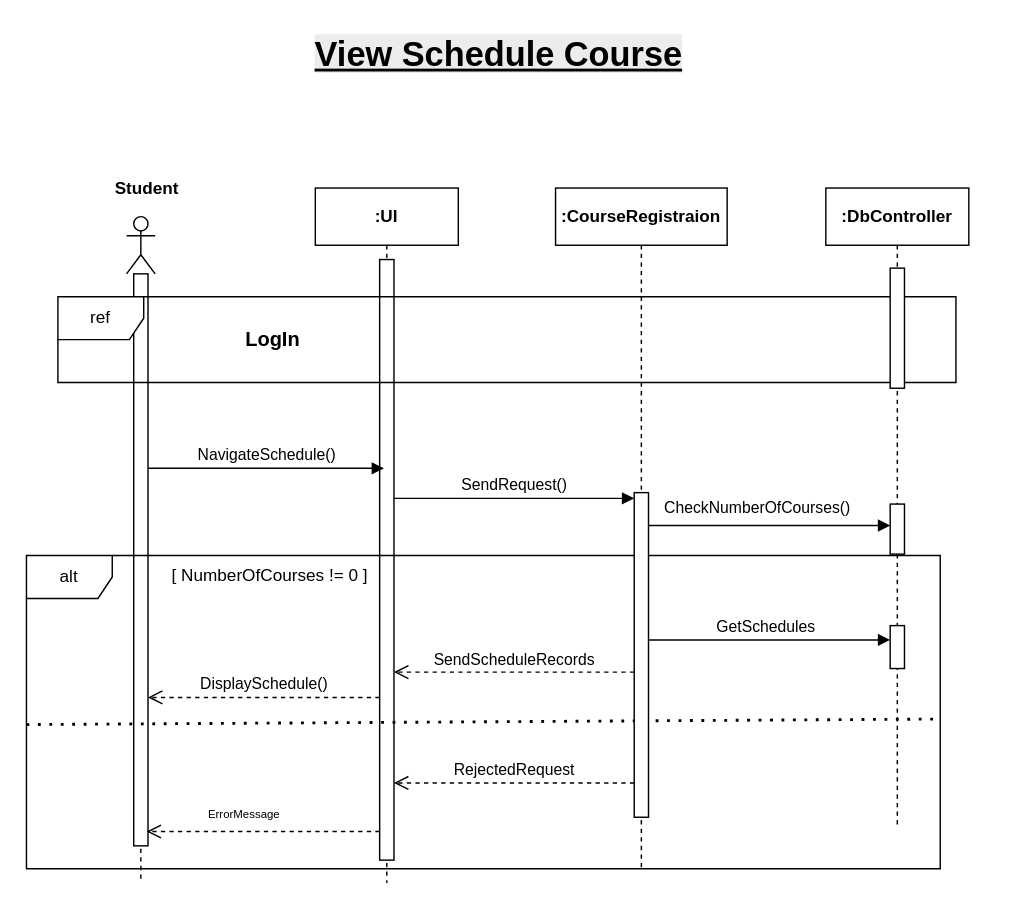
This is page "View schedule course" (2 of 6) of Diagrams/SequenceDiagram.drawio from Youssefmohamed430/Learning-Management-System, a draw.io file, before an edit. Source tidied: cells renumbered, new cells numbered last; positions are measured from the earlier drawing's top-left corner, leaving out a move shared by most shapes. Both pictures are drawn from the tidied source at 143%, with x=0, y=0 at pixel (26, 24).
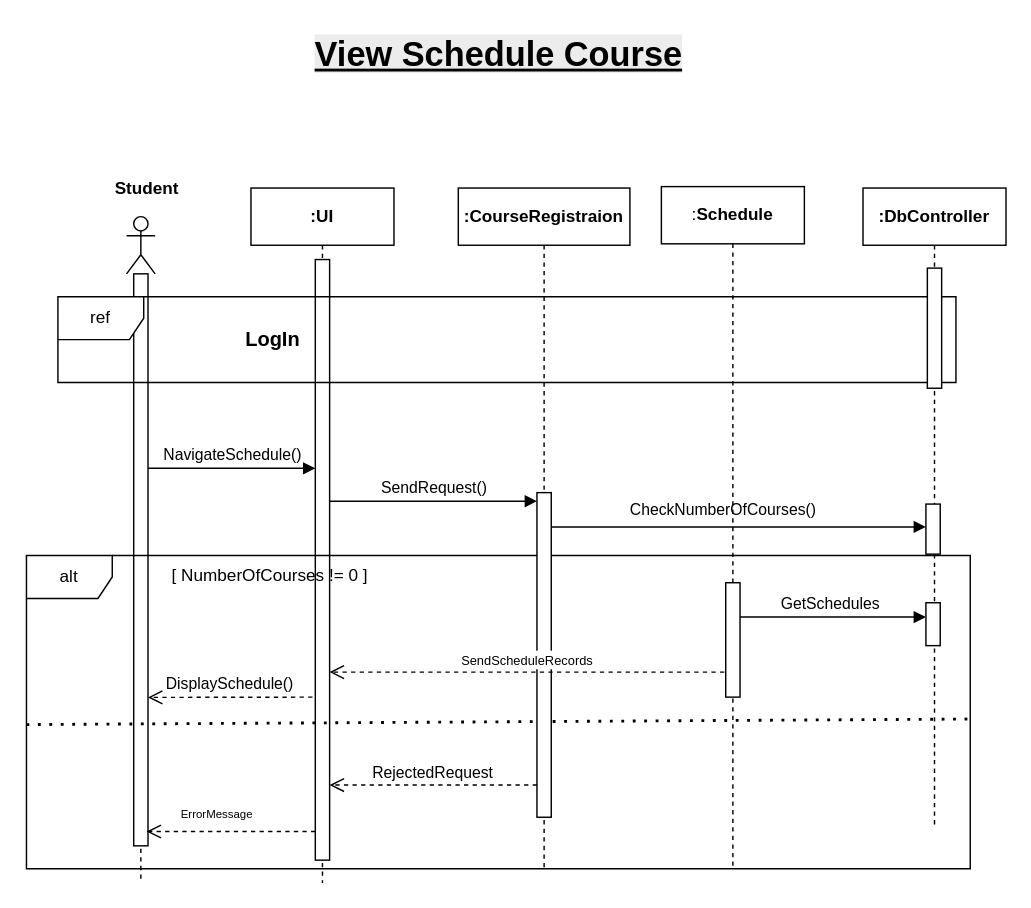
The same diagram, later.

The change refers to these unchanged cells:
```xml
<mxCell id="3" style="html=1;points=[[0,0,0,0,5],[0,1,0,0,-5],[1,0,0,0,5],[1,1,0,0,-5]];perimeter=orthogonalPerimeter;outlineConnect=0;targetShapes=umlLifeline;portConstraint=eastwest;newEdgeStyle={&quot;curved&quot;:0,&quot;rounded&quot;:0};" parent="2" vertex="1">
  <mxGeometry x="45" y="50" width="10" height="420" as="geometry" />
</mxCell>
<mxCell id="22" style="html=1;points=[[0,0,0,0,5],[0,1,0,0,-5],[1,0,0,0,5],[1,1,0,0,-5]];perimeter=orthogonalPerimeter;outlineConnect=0;targetShapes=umlLifeline;portConstraint=eastwest;newEdgeStyle={&quot;curved&quot;:0,&quot;rounded&quot;:0};" parent="21" vertex="1">
  <mxGeometry x="55" y="213" width="10" height="227" as="geometry" />
</mxCell>
```

Diff of the diagram source:
```diff
@@
     <mxCell id="2" value="&lt;font style=&quot;font-size: 12px;&quot;&gt;&lt;b&gt;:UI&lt;/b&gt;&lt;/font&gt;" style="shape=umlLifeline;perimeter=lifelinePerimeter;whiteSpace=wrap;html=1;newEdgeStyle={&quot;curved&quot;:0,&quot;rounded&quot;:0};" parent="1" vertex="1">
-      <mxGeometry x="202" y="114" width="100" height="486" as="geometry" />
+      <mxGeometry x="157" y="114" width="100" height="486" as="geometry" />
     </mxCell>
@@
     <mxCell id="8" value="&lt;b&gt;:&lt;/b&gt;&lt;b&gt;DbController&lt;/b&gt;" style="shape=umlLifeline;perimeter=lifelinePerimeter;whiteSpace=wrap;html=1;newEdgeStyle={&quot;curved&quot;:0,&quot;rounded&quot;:0};" parent="1" vertex="1">
-      <mxGeometry x="559" y="114" width="100" height="446" as="geometry" />
+      <mxGeometry x="585" y="114" width="100" height="446" as="geometry" />
     </mxCell>
@@
-    <mxCell id="10" value="NavigateSchedule()" style="html=1;verticalAlign=bottom;endArrow=block;curved=0;rounded=0;" parent="1" edge="1">
+    <mxCell id="10" value="NavigateSchedule()" style="html=1;verticalAlign=bottom;endArrow=block;curved=0;rounded=0;" parent="1" edge="1" target="3">
       <mxGeometry relative="1" as="geometry">
         <mxPoint x="85" y="310" as="sourcePoint" />
-        <mxPoint x="250" y="310" as="targetPoint" />
       </mxGeometry>
     </mxCell>
-    <mxCell id="11" value="CheckNumberOfCourses()" style="html=1;verticalAlign=bottom;endArrow=block;curved=0;rounded=0;" parent="1" edge="1" target="13">
+    <mxCell id="11" value="CheckNumberOfCourses()" style="html=1;verticalAlign=bottom;endArrow=block;curved=0;rounded=0;" parent="1" edge="1">
       <mxGeometry x="-0.06" y="3" relative="1" as="geometry">
-        <mxPoint x="428.9" y="350" as="sourcePoint" />
+        <mxPoint x="362" y="351" as="sourcePoint" />
+        <mxPoint x="629" y="351" as="targetPoint" />
       </mxGeometry>
     </mxCell>
     <mxCell id="12" value="alt" style="shape=umlFrame;whiteSpace=wrap;html=1;" parent="1" vertex="1">
-      <mxGeometry y="371" width="639" height="219" as="geometry" />
+      <mxGeometry y="371" width="660" height="219" as="geometry" />
     </mxCell>
     <mxCell id="13" style="html=1;points=[[0,0,0,0,5],[0,1,0,0,-5],[1,0,0,0,5],[1,1,0,0,-5]];perimeter=orthogonalPerimeter;outlineConnect=0;targetShapes=umlLifeline;portConstraint=eastwest;newEdgeStyle={&quot;curved&quot;:0,&quot;rounded&quot;:0};" parent="1" vertex="1">
-      <mxGeometry x="604" y="335" width="10" height="35" as="geometry" />
+      <mxGeometry x="629" y="335" width="10" height="35" as="geometry" />
     </mxCell>
@@
     <mxCell id="15" value="GetSchedules" style="html=1;verticalAlign=bottom;endArrow=block;curved=0;rounded=0;" parent="1" edge="1">
       <mxGeometry relative="1" as="geometry">
-        <mxPoint x="430.4" y="430" as="sourcePoint" />
-        <mxPoint x="604" y="430" as="targetPoint" />
+        <mxPoint x="494" y="414" as="sourcePoint" />
+        <mxPoint x="629" y="414" as="targetPoint" />
       </mxGeometry>
     </mxCell>
@@
-    <mxCell id="17" value="DisplaySchedule()" style="html=1;verticalAlign=bottom;endArrow=open;dashed=1;endSize=8;curved=0;rounded=0;exitX=0;exitY=0.848;exitDx=0;exitDy=0;exitPerimeter=0;" parent="1" edge="1">
+    <mxCell id="17" value="DisplaySchedule()" style="html=1;verticalAlign=bottom;endArrow=open;dashed=1;endSize=8;curved=0;rounded=0;" parent="1" edge="1">
       <mxGeometry relative="1" as="geometry">
-        <mxPoint x="247" y="470.2" as="sourcePoint" />
+        <mxPoint x="200" y="470" as="sourcePoint" />
         <mxPoint x="85" y="470.2" as="targetPoint" />
       </mxGeometry>
     </mxCell>
@@
     <mxCell id="21" value="&lt;b&gt;:CourseRegistraion&lt;/b&gt;" style="shape=umlLifeline;perimeter=lifelinePerimeter;whiteSpace=wrap;html=1;newEdgeStyle={&quot;curved&quot;:0,&quot;rounded&quot;:0};" parent="1" vertex="1">
-      <mxGeometry x="370" y="114" width="120" height="476" as="geometry" />
+      <mxGeometry x="302" y="114" width="120" height="476" as="geometry" />
     </mxCell>
@@
     <mxCell id="23" value="SendRequest()" style="html=1;verticalAlign=bottom;endArrow=block;curved=0;rounded=0;" parent="1" edge="1">
       <mxGeometry relative="1" as="geometry">
-        <mxPoint x="257" y="331" as="sourcePoint" />
-        <mxPoint x="425" y="331" as="targetPoint" />
+        <mxPoint x="212" y="333" as="sourcePoint" />
+        <mxPoint x="357" y="333" as="targetPoint" />
       </mxGeometry>
     </mxCell>
     <mxCell id="24" style="html=1;perimeter=orthogonalPerimeter;targetShapes=umlLifeline;newEdgeStyle={&quot;curved&quot;:0,&quot;rounded&quot;:0};" parent="1" vertex="1">
-      <mxGeometry x="604" y="420" width="10" height="30" as="geometry" />
+      <mxGeometry x="629" y="404" width="10" height="30" as="geometry" />
     </mxCell>
-    <mxCell id="25" value="SendScheduleRecords" style="html=1;verticalAlign=bottom;endArrow=open;dashed=1;endSize=8;curved=0;rounded=0;" parent="1" edge="1">
+    <mxCell id="25" value="&lt;font style=&quot;font-size: 9px;&quot;&gt;SendScheduleRecords&lt;/font&gt;" style="html=1;verticalAlign=bottom;endArrow=open;dashed=1;endSize=8;curved=0;rounded=0;" parent="1" edge="1" target="3">
       <mxGeometry relative="1" as="geometry">
-        <mxPoint x="425" y="452.5" as="sourcePoint" />
-        <mxPoint x="257" y="452.5" as="targetPoint" />
+        <mxPoint x="488" y="452.5" as="sourcePoint" />
       </mxGeometry>
     </mxCell>
-    <mxCell id="26" value="RejectedRequest" style="html=1;verticalAlign=bottom;endArrow=open;dashed=1;endSize=8;curved=0;rounded=0;" parent="1" edge="1" source="22">
+    <mxCell id="26" value="RejectedRequest" style="html=1;verticalAlign=bottom;endArrow=open;dashed=1;endSize=8;curved=0;rounded=0;" parent="1" edge="1">
       <mxGeometry relative="1" as="geometry">
-        <mxPoint x="257" y="530" as="targetPoint" />
+        <mxPoint x="357" y="531.5" as="sourcePoint" />
+        <mxPoint x="212" y="531.5" as="targetPoint" />
       </mxGeometry>
     </mxCell>
+    <mxCell id="27" value=":&lt;b&gt;Schedule&lt;/b&gt;" style="shape=umlLifeline;perimeter=lifelinePerimeter;whiteSpace=wrap;html=1;newEdgeStyle={&quot;curved&quot;:0,&quot;rounded&quot;:0};" parent="1" vertex="1">
+      <mxGeometry x="444" y="113" width="100" height="477" as="geometry" />
+    </mxCell>
+    <mxCell id="28" style="html=1;perimeter=orthogonalPerimeter;targetShapes=umlLifeline;newEdgeStyle={&quot;curved&quot;:0,&quot;rounded&quot;:0};" parent="27" vertex="1">
+      <mxGeometry x="45" y="277" width="10" height="80" as="geometry" />
+    </mxCell>
```
